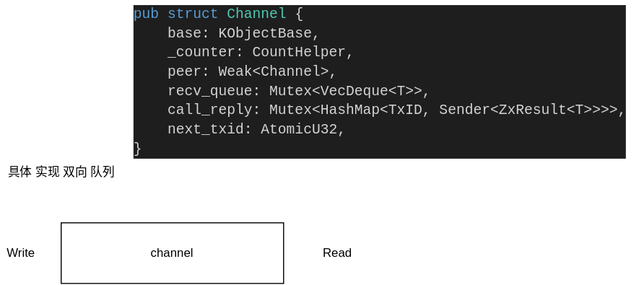
Above: doc/zircon/object.drawio.svg in GCYYfun/DailySchedule (draw.io), before the change. Source tidied: cells renumbered, new cells last; positions are measured from the earlier drawing's top-left corner, leaving out a move shared by most shapes.
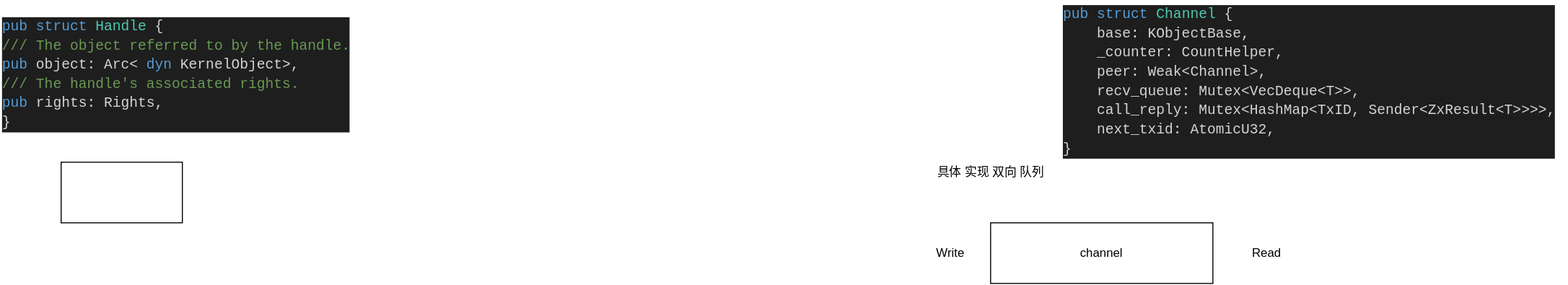
The same file after the commit.

Change to the diagram source:
```diff
@@ -17,5 +17,11 @@
     <mxCell id="6" value="Write" style="text;html=1;align=center;verticalAlign=middle;" parent="1" vertex="1">
       <mxGeometry y="240" width="40" height="20" as="geometry" />
     </mxCell>
+    <mxCell id="7" style="rounded=0;whiteSpace=wrap;html=1;" parent="1" vertex="1">
+      <mxGeometry x="-860" y="160" width="120" height="60" as="geometry" />
+    </mxCell>
+    <mxCell id="8" value="&lt;meta http-equiv=&quot;content-type&quot; content=&quot;text/html; charset=utf-8&quot;&gt;&lt;div style=&quot;color: rgb(212, 212, 212); background-color: rgb(30, 30, 30); font-family: &amp;quot;Droid Sans Mono&amp;quot;, monospace, monospace, &amp;quot;Droid Sans Fallback&amp;quot;; font-weight: normal; font-size: 14px; line-height: 19px;&quot;&gt;&lt;div&gt;&lt;span style=&quot;color: #569cd6;&quot;&gt;pub&lt;/span&gt;&lt;span style=&quot;color: #d4d4d4;&quot;&gt; &lt;/span&gt;&lt;span style=&quot;color: #569cd6;&quot;&gt;struct&lt;/span&gt;&lt;span style=&quot;color: #d4d4d4;&quot;&gt; &lt;/span&gt;&lt;span style=&quot;color: #4ec9b0;&quot;&gt;Handle&lt;/span&gt;&lt;span style=&quot;color: #d4d4d4;&quot;&gt; {&lt;/span&gt;&lt;/div&gt;&lt;div&gt;&lt;span style=&quot;color: #d4d4d4;&quot;&gt;    &lt;/span&gt;&lt;span style=&quot;color: #6a9955;&quot;&gt;/// The object referred to by the handle.&lt;/span&gt;&lt;/div&gt;&lt;div&gt;&lt;span style=&quot;color: #d4d4d4;&quot;&gt;    &lt;/span&gt;&lt;span style=&quot;color: #569cd6;&quot;&gt;pub&lt;/span&gt;&lt;span style=&quot;color: #d4d4d4;&quot;&gt; object: Arc&amp;lt;&lt;/span&gt;&lt;span style=&quot;color: #569cd6;&quot;&gt;dyn&lt;/span&gt;&lt;span style=&quot;color: #d4d4d4;&quot;&gt; KernelObject&amp;gt;,&lt;/span&gt;&lt;/div&gt;&lt;div&gt;&lt;span style=&quot;color: #d4d4d4;&quot;&gt;    &lt;/span&gt;&lt;span style=&quot;color: #6a9955;&quot;&gt;/// The handle's associated rights.&lt;/span&gt;&lt;/div&gt;&lt;div&gt;&lt;span style=&quot;color: #d4d4d4;&quot;&gt;    &lt;/span&gt;&lt;span style=&quot;color: #569cd6;&quot;&gt;pub&lt;/span&gt;&lt;span style=&quot;color: #d4d4d4;&quot;&gt; rights: Rights,&lt;/span&gt;&lt;/div&gt;&lt;div&gt;&lt;span style=&quot;color: #d4d4d4;&quot;&gt;}&lt;/span&gt;&lt;/div&gt;&lt;/div&gt;" style="text;whiteSpace=wrap;html=1;" parent="1" vertex="1">
+      <mxGeometry x="-920" y="10" width="370" height="130" as="geometry" />
+    </mxCell>
   </root>
 </mxGraphModel>
```
